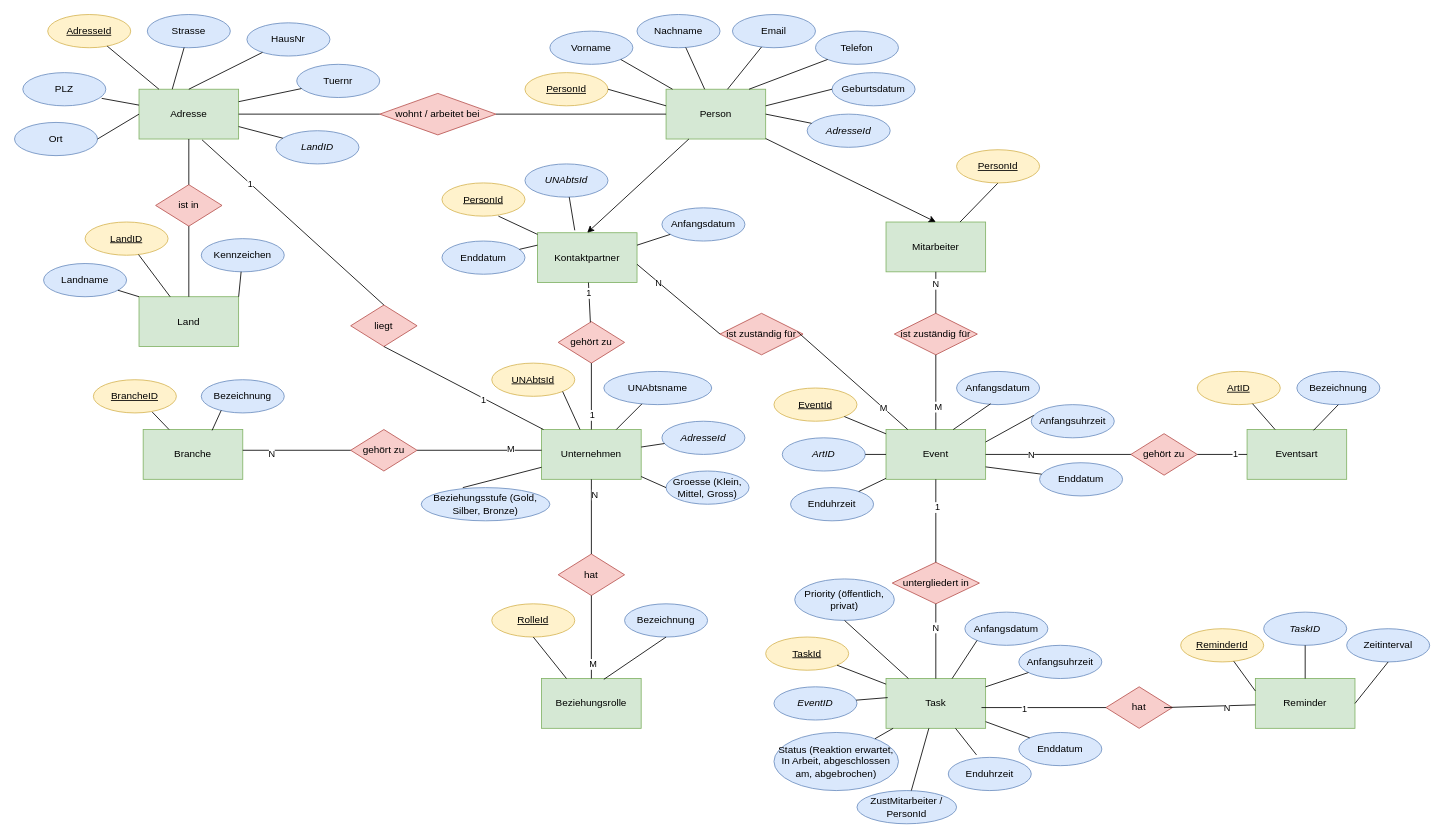
This is Untitled Diagram.drawio from Meishencorona1/Calcy, a draw.io file, before an edit. Source tidied: cells renumbered, new cells numbered last; positions are measured from the earlier drawing's top-left corner, leaving out a move shared by most shapes. Both pictures are drawn from the tidied source at 83%, with x=0, y=0 at pixel (14, 14).
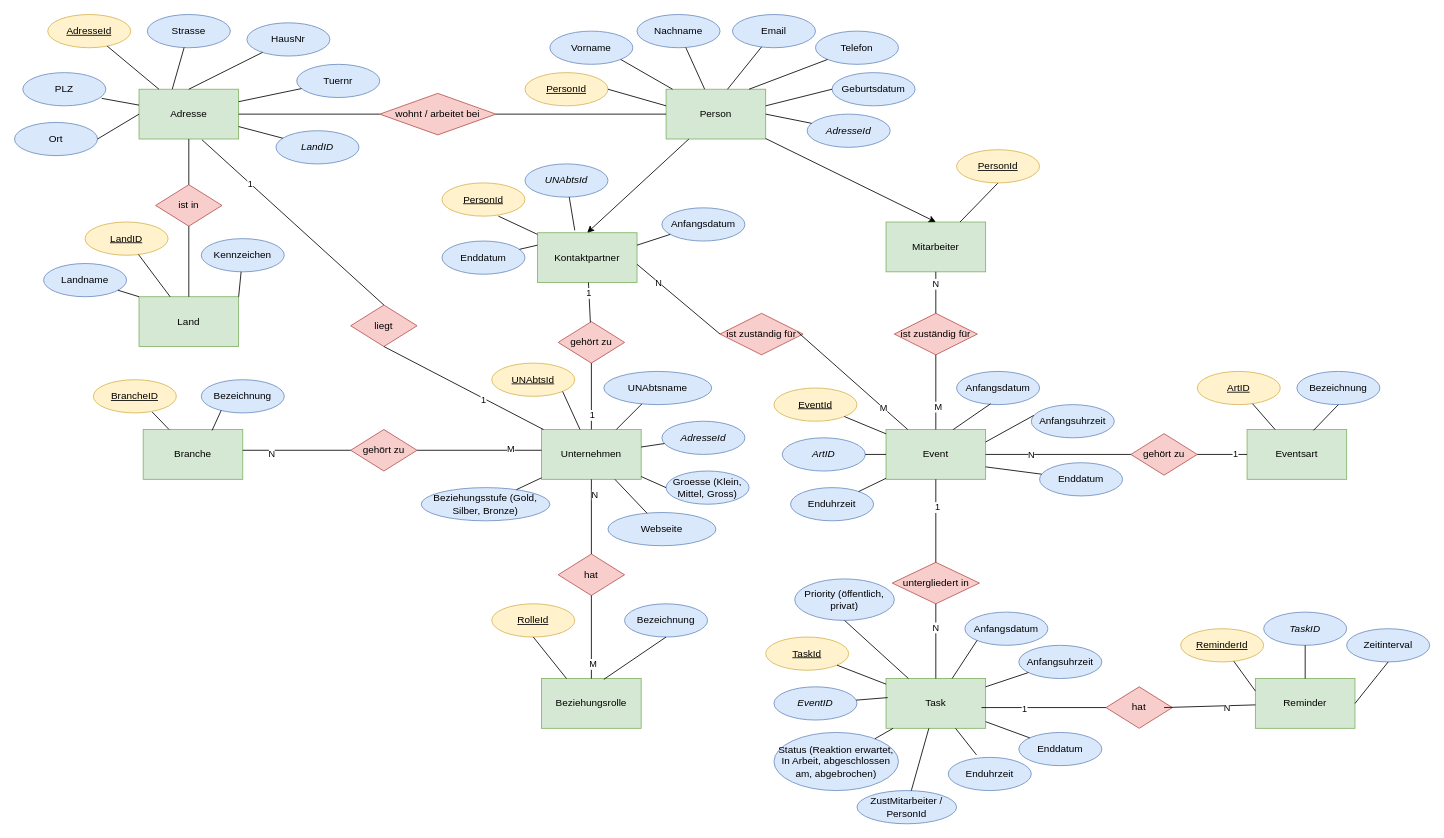
Above is the later version.

Unchanged cells that the change refers to:
```xml
<mxCell id="4" value="Unternehmen" style="rounded=0;whiteSpace=wrap;html=1;fillColor=#d5e8d4;strokeColor=#82b366;" parent="1" vertex="1">
  <mxGeometry x="635" y="500" width="120" height="60" as="geometry" />
</mxCell>
<mxCell id="120" value="Beziehungsstufe (Gold, Silber, Bronze)" style="ellipse;whiteSpace=wrap;html=1;fillColor=#dae8fc;strokeColor=#6c8ebf;" parent="1" vertex="1">
  <mxGeometry x="490" y="570" width="155" height="40" as="geometry" />
</mxCell>
```

The edit, as a diff of the source:
```diff
@@
-    <mxCell id="125" style="endArrow=none;html=1;rounded=0;entryX=0.323;entryY=0;entryDx=0;entryDy=0;entryPerimeter=0;" parent="1" edge="1" source="4" target="120">
+    <mxCell id="125" style="endArrow=none;html=1;rounded=0;" parent="1" edge="1" source="4" target="120">
       <mxGeometry relative="1" as="geometry" />
     </mxCell>
@@
+    <mxCell id="169" value="Webseite" style="ellipse;whiteSpace=wrap;html=1;fillColor=#dae8fc;strokeColor=#6c8ebf;" parent="1" vertex="1">
+      <mxGeometry x="715" y="600" width="130" height="40" as="geometry" />
+    </mxCell>
+    <mxCell id="170" style="endArrow=none;html=1;rounded=0;" parent="1" edge="1" source="169" target="4">
+      <mxGeometry relative="1" as="geometry" />
+    </mxCell>
```
